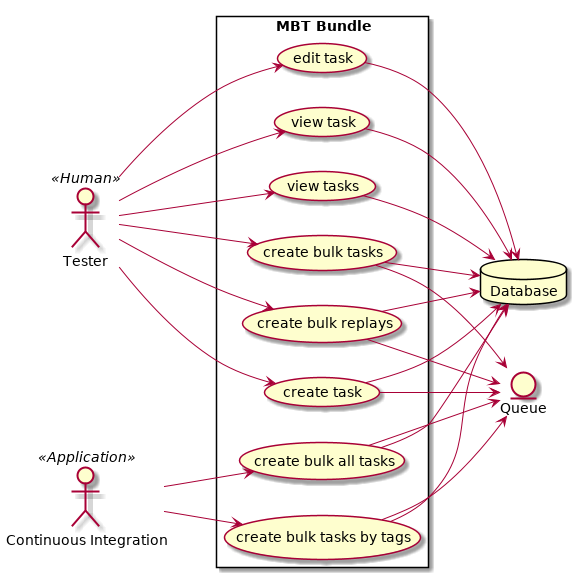
This is diagrams/tasks/use-case.png from tienvx/mbt-assets, a PlantUML export, as it was before one commit.
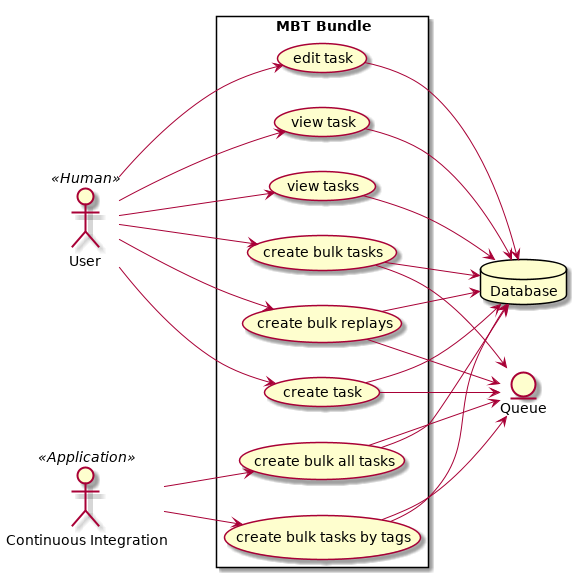
After the change.

Diff of the diagram source:
```diff
@@ -3,18 +3,18 @@
 left to right direction
 skinparam packageStyle rectangle
 
-actor Tester as tester << Human >>
+actor User as user << Human >>
 actor "Continuous Integration" as ci << Application >>
 database Database as database
 entity Queue as queue
 
 rectangle "MBT Bundle" {
-  tester --> (create task)
-  tester --> (create bulk tasks)
-  tester --> (create bulk replays)
-  tester --> (edit task)
-  tester --> (view task)
-  tester --> (view tasks)
+  user --> (create task)
+  user --> (create bulk tasks)
+  user --> (create bulk replays)
+  user --> (edit task)
+  user --> (view task)
+  user --> (view tasks)
   ci --> (create bulk tasks by tags)
   ci --> (create bulk all tasks)
   (create task) --> database
```
